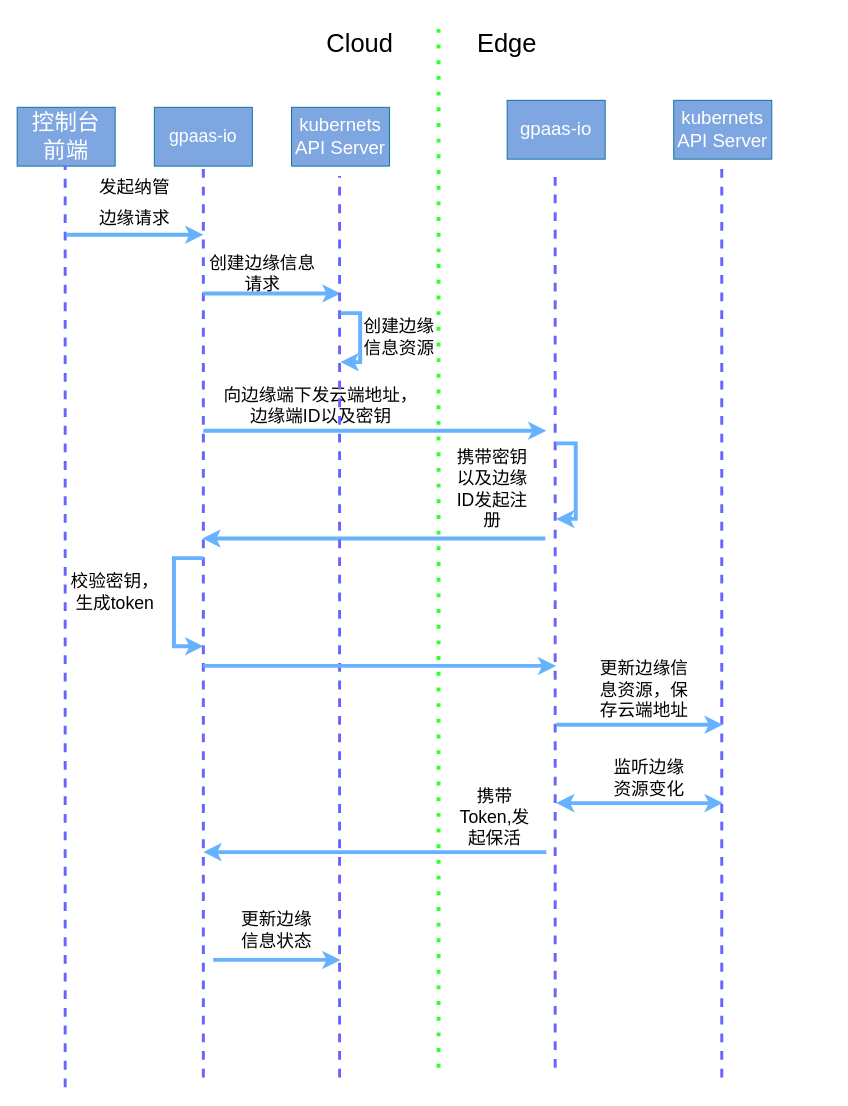
Earlier version of the draw.io diagram 边缘纳管数据流程.drawio (TonyZZhang/draw). Source tidied: cells renumbered, new cells numbered last; positions are measured from the earlier drawing's top-left corner, leaving out a move shared by most shapes. Both pictures are drawn from the tidied source at 98%, with x=0, y=0 at pixel (17, 19).
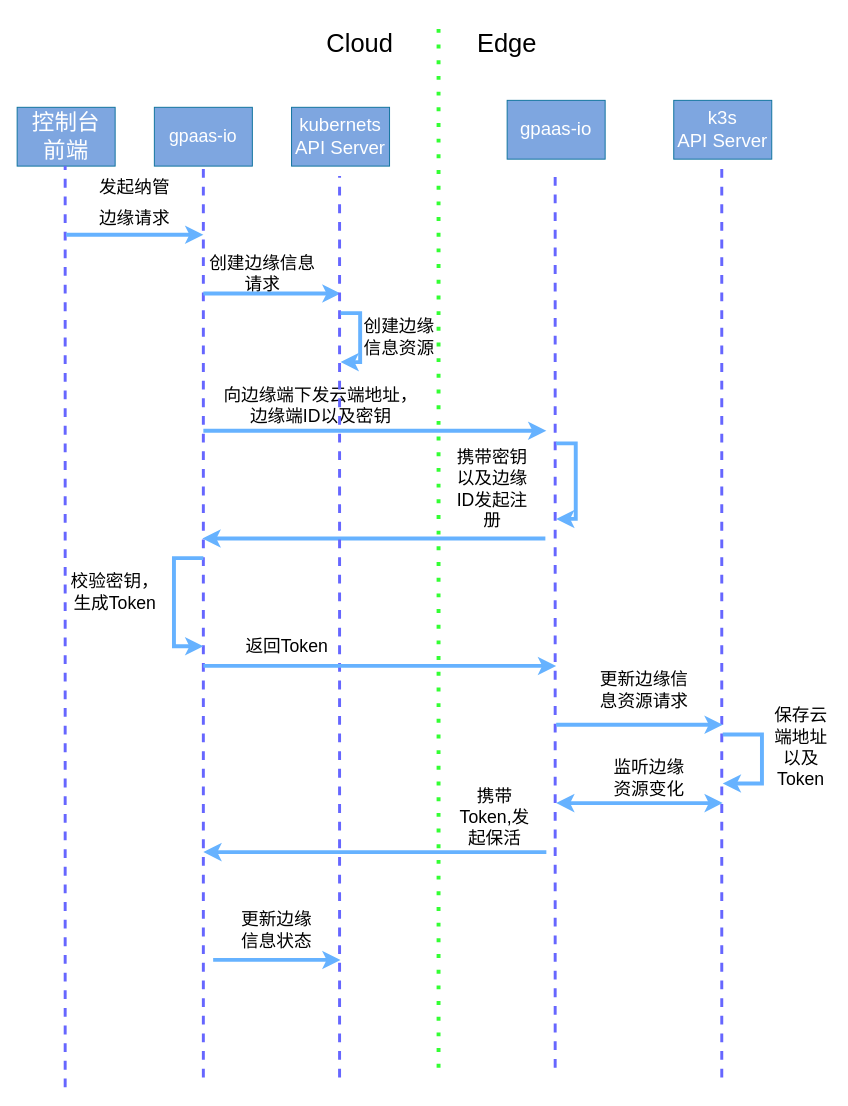
The same diagram, later.

Commit message:
更新边缘纳管数据流程.drawio

The change refers to these unchanged cells:
```xml
<mxCell id="3" style="group;" parent="2" vertex="1">
  <mxGeometry x="-140" y="90" width="270" height="580" as="geometry" />
</mxCell>
<mxCell id="23" style="group;" parent="1" vertex="1">
  <mxGeometry x="630" y="90" width="110" height="580" as="geometry" />
</mxCell>
```

The edit, as a diff of the source:
```diff
@@
+    <mxCell id="42" value="返回Token" style="text;html=1;strokeColor=none;fillColor=none;align=center;verticalAlign=middle;whiteSpace=wrap;rounded=0;fontSize=18;" parent="3" vertex="1">
+      <mxGeometry x="82.5" y="530" width="105" height="40" as="geometry" />
+    </mxCell>
@@
-    <mxCell id="24" value="&lt;font style=&quot;font-size: 19px&quot; color=&quot;#ffffff&quot;&gt;kubernets&lt;br&gt;API Server&lt;br&gt;&lt;/font&gt;" style="rounded=0;whiteSpace=wrap;html=1;fillColor=#7EA6E0;strokeColor=#10739e;" parent="23" vertex="1">
+    <mxCell id="24" value="&lt;font style=&quot;font-size: 19px&quot; color=&quot;#ffffff&quot;&gt;k3s&lt;br&gt;API Server&lt;br&gt;&lt;/font&gt;" style="rounded=0;whiteSpace=wrap;html=1;fillColor=#7EA6E0;strokeColor=#10739e;" parent="23" vertex="1">
       <mxGeometry x="40" y="-7.1" width="100" height="60" as="geometry" />
     </mxCell>
@@
-    <mxCell id="33" value="校验密钥，生成token" style="text;html=1;strokeColor=none;fillColor=none;align=center;verticalAlign=middle;whiteSpace=wrap;rounded=0;fontFamily=Helvetica;fontSize=18;fontColor=default;" parent="1" vertex="1">
+    <mxCell id="33" value="校验密钥，生成Token" style="text;html=1;strokeColor=none;fillColor=none;align=center;verticalAlign=middle;whiteSpace=wrap;rounded=0;fontFamily=Helvetica;fontSize=18;fontColor=default;" parent="1" vertex="1">
       <mxGeometry x="50" y="570" width="100" height="30" as="geometry" />
     </mxCell>
@@
-    <mxCell id="35" value="更新边缘信息资源，保存云端地址" style="text;html=1;strokeColor=none;fillColor=none;align=center;verticalAlign=middle;whiteSpace=wrap;rounded=0;fontFamily=Helvetica;fontSize=18;fontColor=default;" parent="1" vertex="1">
+    <mxCell id="35" value="更新边缘信息资源请求" style="text;html=1;strokeColor=none;fillColor=none;align=center;verticalAlign=middle;whiteSpace=wrap;rounded=0;fontFamily=Helvetica;fontSize=18;fontColor=default;" parent="1" vertex="1">
       <mxGeometry x="590" y="670" width="100" height="30" as="geometry" />
     </mxCell>
@@
+    <mxCell id="43" style="endArrow=classic;html=1;rounded=0;labelBackgroundColor=default;strokeColor=#66B2FF;strokeWidth=4;fontFamily=Helvetica;fontSize=18;fontColor=default;shape=connector;" parent="1" edge="1">
+      <mxGeometry relative="1" as="geometry">
+        <mxPoint x="720" y="730" as="sourcePoint" />
+        <mxPoint x="720" y="780" as="targetPoint" />
+        <Array as="points">
+          <mxPoint x="760" y="730" />
+          <mxPoint x="760" y="780" />
+        </Array>
+      </mxGeometry>
+    </mxCell>
+    <mxCell id="44" value="保存云端地址以及Token" style="text;html=1;strokeColor=none;fillColor=none;align=center;verticalAlign=middle;whiteSpace=wrap;rounded=0;fontSize=18;" parent="1" vertex="1">
+      <mxGeometry x="770" y="729" width="60" height="30" as="geometry" />
+    </mxCell>
```
